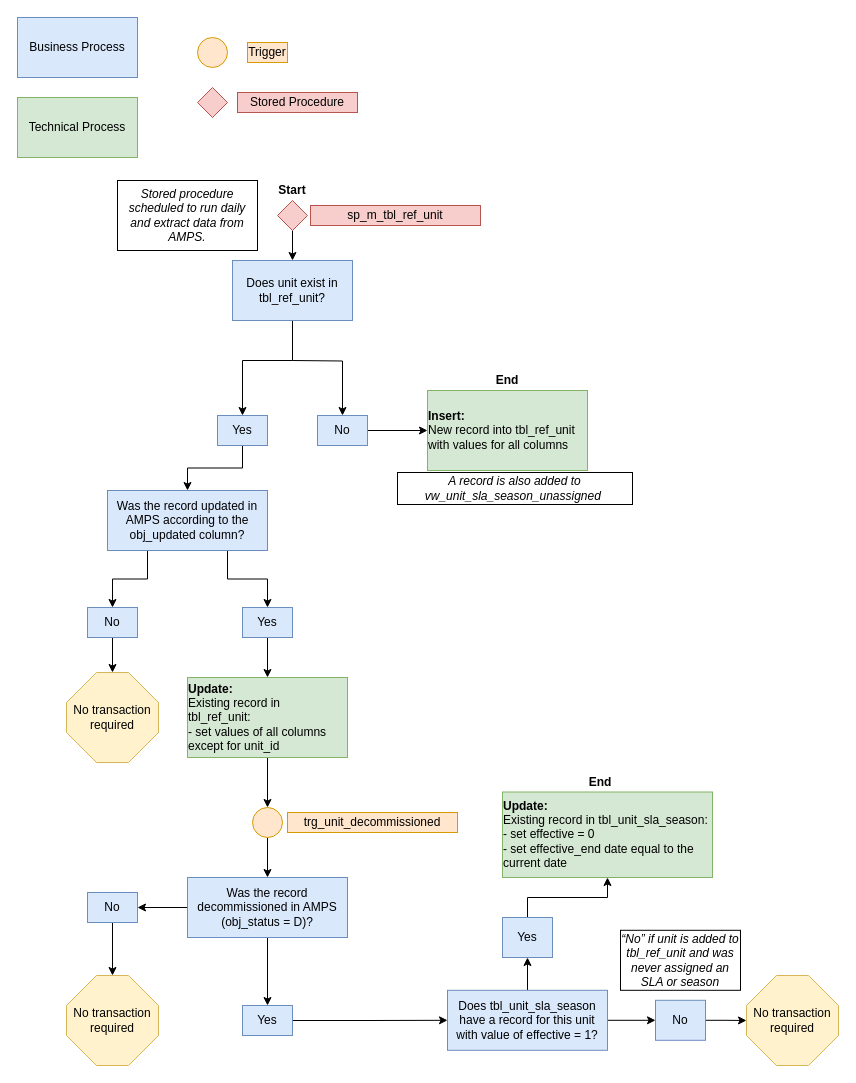
Before: images/trg_unit_decommissioned.drawio in NYC-Parks/SLADB, a draw.io diagram. Source tidied: cells renumbered, new cells numbered last; positions are measured from the earlier drawing's top-left corner, leaving out a move shared by most shapes. Both pictures are drawn from the tidied source at 100%, with x=0, y=0 at pixel (17, 17).
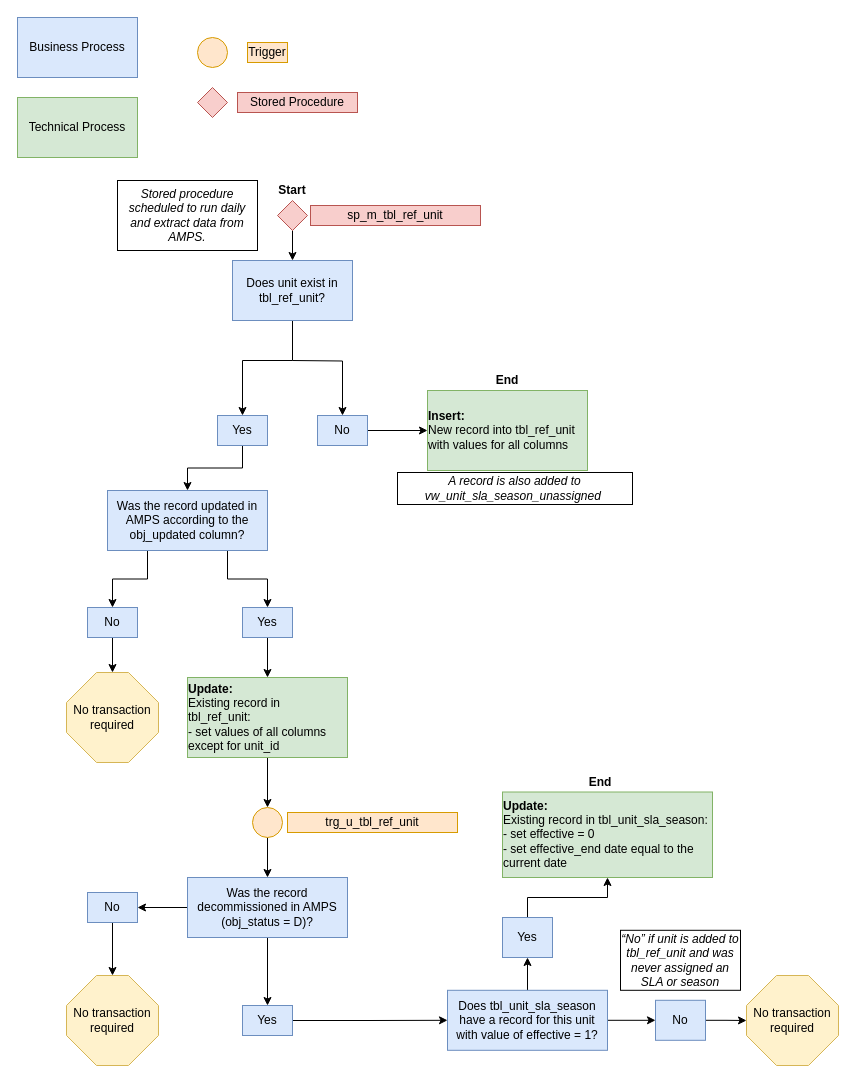
The same page after the edit.

What changed in the source:
```diff
@@
-    <mxCell id="17" value="trg_unit_decommissioned" style="text;html=1;strokeColor=#d79b00;fillColor=#ffe6cc;align=center;verticalAlign=middle;whiteSpace=wrap;rounded=0;" parent="1" vertex="1">
+    <mxCell id="17" value="trg_u_tbl_ref_unit" style="text;html=1;strokeColor=#d79b00;fillColor=#ffe6cc;align=center;verticalAlign=middle;whiteSpace=wrap;rounded=0;" parent="1" vertex="1">
       <mxGeometry x="270" y="795" width="170" height="20" as="geometry" />
     </mxCell>
```
